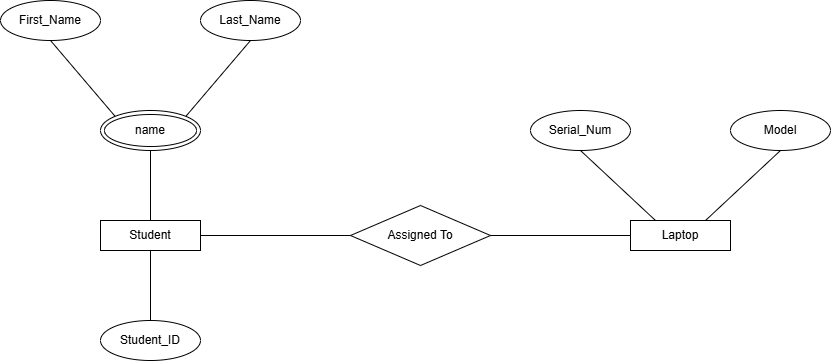
Before: ERD-Conceptual.png, a diagram exported from draw.io (Codegnan-HYD/sql-app-09). Source tidied: cells renumbered, new cells last; positions are measured from the earlier drawing's top-left corner, leaving out a move shared by most shapes.
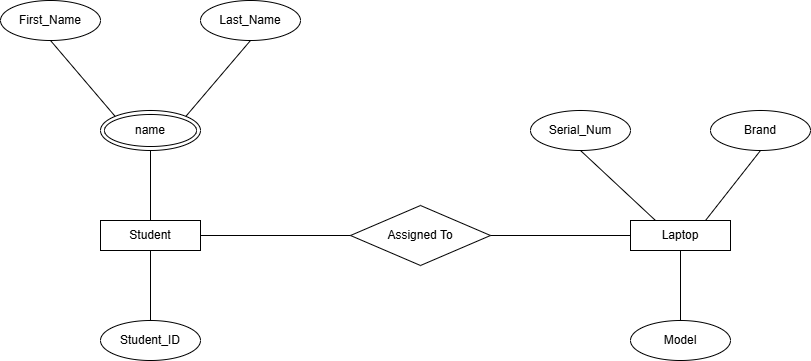
After the change.

Commit message:
Replaced old file with updated file

Diff of the diagram source:
```diff
@@ -30,7 +30,7 @@
       <mxGeometry x="530" y="110" width="100" height="40" as="geometry" />
     </mxCell>
     <mxCell id="11" value="Model" style="ellipse;whiteSpace=wrap;html=1;" parent="1" vertex="1">
-      <mxGeometry x="730" y="110" width="100" height="40" as="geometry" />
+      <mxGeometry x="630" y="320" width="100" height="40" as="geometry" />
     </mxCell>
     <mxCell id="12" style="endArrow=none;html=1;rounded=0;entryX=0.5;entryY=1;entryDx=0;entryDy=0;exitX=0;exitY=0;exitDx=0;exitDy=0;" parent="1" edge="1" source="6" target="8">
       <mxGeometry relative="1" as="geometry" />
@@ -50,11 +50,17 @@
     <mxCell id="17" style="endArrow=none;html=1;rounded=0;entryX=0.5;entryY=1;entryDx=0;entryDy=0;exitX=0.25;exitY=0;exitDx=0;exitDy=0;" parent="1" edge="1" source="2" target="10">
       <mxGeometry relative="1" as="geometry" />
     </mxCell>
-    <mxCell id="18" style="endArrow=none;html=1;rounded=0;entryX=0.5;entryY=1;entryDx=0;entryDy=0;exitX=0.75;exitY=0;exitDx=0;exitDy=0;" parent="1" edge="1" source="2" target="11">
+    <mxCell id="18" style="endArrow=none;html=1;rounded=0;exitX=0.5;exitY=1;exitDx=0;exitDy=0;entryX=0.5;entryY=0;entryDx=0;entryDy=0;" parent="1" edge="1" source="2" target="11">
       <mxGeometry relative="1" as="geometry" />
     </mxCell>
     <mxCell id="19" style="endArrow=none;html=1;rounded=0;entryX=0;entryY=0.5;entryDx=0;entryDy=0;exitX=1;exitY=0.5;exitDx=0;exitDy=0;" parent="1" edge="1" source="5" target="2">
       <mxGeometry relative="1" as="geometry" />
     </mxCell>
+    <mxCell id="20" value="&lt;span style=&quot;font-weight: normal;&quot;&gt;Brand&lt;/span&gt;" style="ellipse;whiteSpace=wrap;html=1;fontStyle=1;" parent="1" vertex="1">
+      <mxGeometry x="710" y="110" width="100" height="40" as="geometry" />
+    </mxCell>
+    <mxCell id="21" style="endArrow=none;html=1;rounded=0;entryX=0.5;entryY=1;entryDx=0;entryDy=0;exitX=0.75;exitY=0;exitDx=0;exitDy=0;" parent="1" edge="1" source="2" target="20">
+      <mxGeometry relative="1" as="geometry" />
+    </mxCell>
   </root>
 </mxGraphModel>
```
